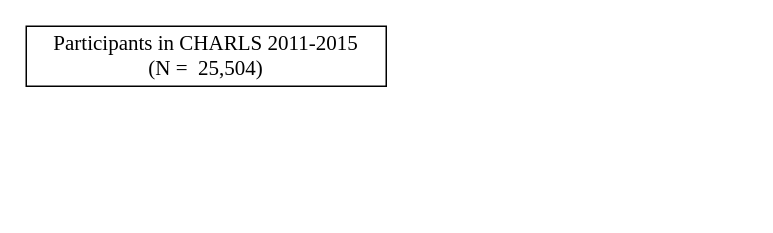
The draw.io diagram Childhood Neighborhood Quality.drawio in HaibinLi0817/Course-Project1, before the edit. Source tidied: cells renumbered, new cells numbered last; positions are measured from the earlier drawing's top-left corner, leaving out a move shared by most shapes. Both pictures are drawn from the tidied source at 150%, with x=0, y=0 at pixel (26, 26).
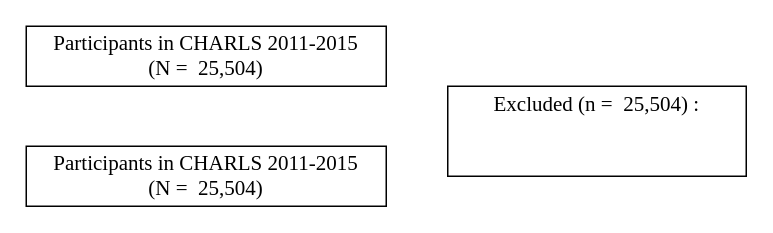
The same page after the edit.

The edit, as a diff of the source:
```diff
@@
 <mxGraphModel>
   <root>
     <mxCell id="0" />
     <mxCell id="1" parent="0" />
     <mxCell id="2" value="Participants in CHARLS 2011-2015&lt;br style=&quot;font-size: 14px;&quot;&gt;(N =&amp;nbsp; 25,504)" style="rounded=0;whiteSpace=wrap;html=1;fontSize=14;fontFamily=Times New Roman;" parent="1" vertex="1">
       <mxGeometry width="240" height="40" as="geometry" />
     </mxCell>
+    <mxCell id="3" value="Participants in CHARLS 2011-2015&lt;br style=&quot;font-size: 14px;&quot;&gt;(N =&amp;nbsp; 25,504)" style="rounded=0;whiteSpace=wrap;html=1;fontSize=14;fontFamily=Times New Roman;" parent="1" vertex="1">
+      <mxGeometry y="80" width="240" height="40" as="geometry" />
+    </mxCell>
+    <mxCell id="4" value="&lt;div style=&quot;text-align: left&quot;&gt;&lt;span&gt;Excluded&amp;nbsp;(n =&amp;nbsp; 25,504) :&lt;/span&gt;&lt;/div&gt;&lt;br&gt;&lt;div style=&quot;text-align: left&quot;&gt;&lt;br&gt;&lt;/div&gt;" style="rounded=0;whiteSpace=wrap;html=1;fontSize=14;fontFamily=Times New Roman;" parent="1" vertex="1">
+      <mxGeometry x="281" y="40" width="199" height="60" as="geometry" />
+    </mxCell>
   </root>
 </mxGraphModel>
```
